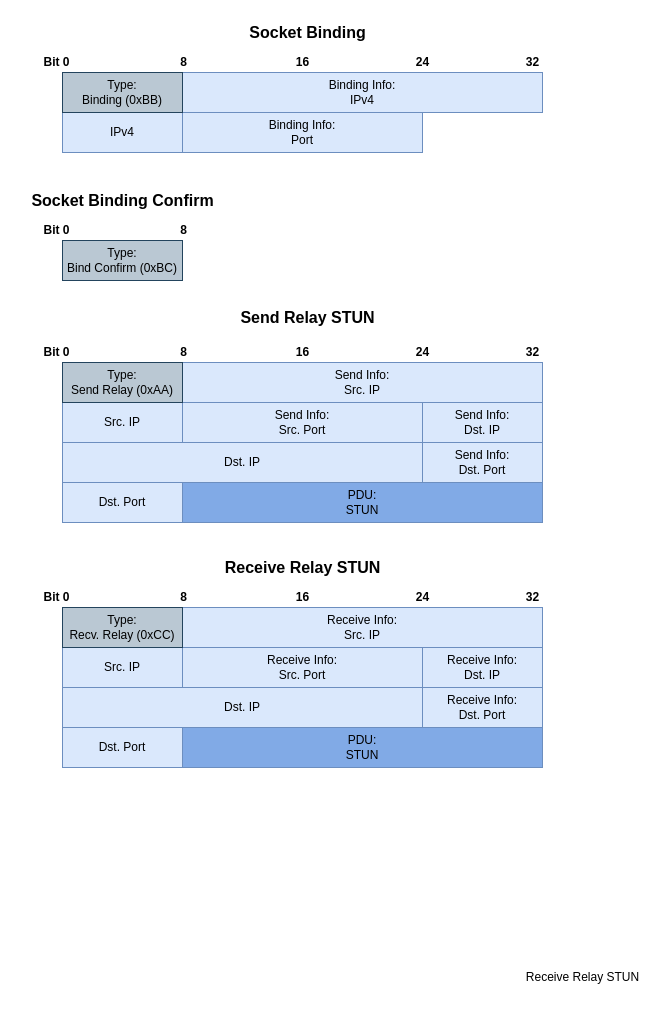
Earlier version of the draw.io diagram resources/ice_packets.drawio (JustusvonderBeek/master-thesis-scripts-and-measures). Source tidied: cells renumbered, new cells numbered last; positions are measured from the earlier drawing's top-left corner, leaving out a move shared by most shapes. Both pictures are drawn from the tidied source at 100%, with x=0, y=0 at pixel (27, 17).
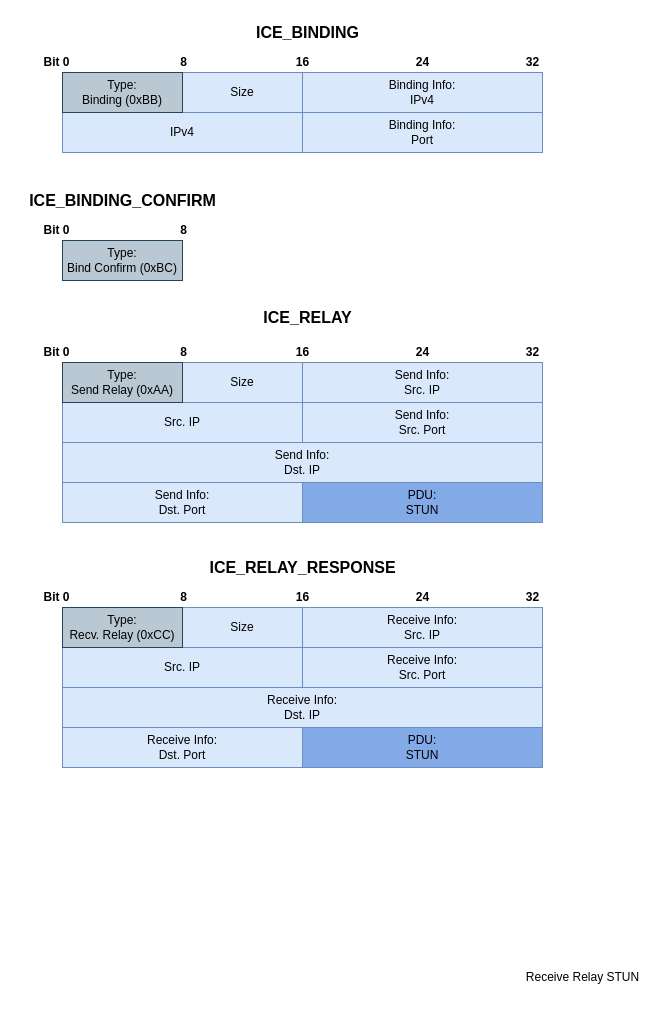
After the change.

Commit message:
headings, size

What changed in the source:
```diff
@@
+    <mxCell id="47" value="Size" style="rounded=0;whiteSpace=wrap;html=1;fillColor=#dae8fc;strokeColor=#6c8ebf;" parent="1" vertex="1">
+      <mxGeometry x="155" y="590" width="120" height="40" as="geometry" />
+    </mxCell>
+    <mxCell id="48" value="Size" style="rounded=0;whiteSpace=wrap;html=1;fillColor=#dae8fc;strokeColor=#6c8ebf;" parent="1" vertex="1">
+      <mxGeometry x="155" y="345" width="120" height="40" as="geometry" />
+    </mxCell>
+    <mxCell id="49" value="Size" style="rounded=0;whiteSpace=wrap;html=1;fillColor=#dae8fc;strokeColor=#6c8ebf;" parent="1" vertex="1">
+      <mxGeometry x="155" y="55" width="120" height="40" as="geometry" />
+    </mxCell>
     <mxCell id="2" value="Binding Info:&lt;div&gt;&lt;/div&gt;&lt;div&gt;IPv4&lt;/div&gt;" style="rounded=0;whiteSpace=wrap;html=1;fillColor=#dae8fc;strokeColor=#6c8ebf;" parent="1" vertex="1">
-      <mxGeometry x="155" y="55" width="360" height="40" as="geometry" />
+      <mxGeometry x="275" y="55" width="240" height="40" as="geometry" />
     </mxCell>
@@
-    <mxCell id="6" value="Socket Binding" style="text;html=1;align=center;verticalAlign=middle;strokeColor=none;fillColor=none;fontStyle=1;fontSize=16;" parent="1" vertex="1">
+    <mxCell id="6" value="ICE_BINDING" style="text;html=1;align=center;verticalAlign=middle;strokeColor=none;fillColor=none;fontStyle=1;fontSize=16;" parent="1" vertex="1">
       <mxGeometry x="215" width="130" height="30" as="geometry" />
     </mxCell>
@@
-    <mxCell id="10" value="Send Relay STUN" style="text;html=1;align=center;verticalAlign=middle;strokeColor=none;fillColor=none;fontStyle=1;fontSize=16;" parent="1" vertex="1">
-      <mxGeometry x="205" y="285" width="150" height="30" as="geometry" />
+    <mxCell id="10" value="ICE_RELAY" style="text;html=1;align=center;verticalAlign=middle;strokeColor=none;fillColor=none;fontStyle=1;fontSize=16;" parent="1" vertex="1">
+      <mxGeometry x="225" y="285" width="110" height="30" as="geometry" />
     </mxCell>
     <mxCell id="11" value="&lt;div&gt;Send Info:&lt;/div&gt;&lt;div&gt;Src. IP&lt;/div&gt;" style="rounded=0;whiteSpace=wrap;html=1;fillColor=#dae8fc;strokeColor=#6c8ebf;" parent="1" vertex="1">
-      <mxGeometry x="155" y="345" width="360" height="40" as="geometry" />
+      <mxGeometry x="275" y="345" width="240" height="40" as="geometry" />
     </mxCell>
     <mxCell id="12" value="&lt;div&gt;Send Info:&lt;/div&gt;&lt;div&gt;Dst. IP&lt;/div&gt;" style="rounded=0;whiteSpace=wrap;html=1;fillColor=#dae8fc;strokeColor=#6c8ebf;" parent="1" vertex="1">
-      <mxGeometry x="395" y="385" width="120" height="40" as="geometry" />
+      <mxGeometry x="35" y="425" width="480" height="40" as="geometry" />
     </mxCell>
@@
     <mxCell id="15" value="PDU:&lt;div&gt;STUN&lt;/div&gt;" style="rounded=0;whiteSpace=wrap;html=1;fillColor=#81AAE6;strokeColor=#6c8ebf;gradientColor=none;" parent="1" vertex="1">
-      <mxGeometry x="155" y="465" width="360" height="40" as="geometry" />
+      <mxGeometry x="275" y="465" width="240" height="40" as="geometry" />
     </mxCell>
@@
     <mxCell id="17" value="IPv4" style="rounded=0;whiteSpace=wrap;html=1;fillColor=#dae8fc;strokeColor=#6c8ebf;" parent="1" vertex="1">
-      <mxGeometry x="35" y="95" width="120" height="40" as="geometry" />
+      <mxGeometry x="35" y="95" width="240" height="40" as="geometry" />
     </mxCell>
     <mxCell id="18" value="&lt;div&gt;Binding Info:&lt;/div&gt;Port" style="rounded=0;whiteSpace=wrap;html=1;fillColor=#dae8fc;strokeColor=#6c8ebf;" parent="1" vertex="1">
-      <mxGeometry x="155" y="95" width="240" height="40" as="geometry" />
+      <mxGeometry x="275" y="95" width="240" height="40" as="geometry" />
     </mxCell>
@@
-    <mxCell id="22" value="Socket Binding Confirm" style="text;html=1;align=center;verticalAlign=middle;strokeColor=none;fillColor=none;fontStyle=1;fontSize=16;" parent="1" vertex="1">
-      <mxGeometry y="168" width="190" height="30" as="geometry" />
+    <mxCell id="22" value="ICE_BINDING_CONFIRM" style="text;html=1;align=center;verticalAlign=middle;strokeColor=none;fillColor=none;fontStyle=1;fontSize=16;" parent="1" vertex="1">
+      <mxGeometry x="-10" y="168" width="210" height="30" as="geometry" />
     </mxCell>
     <mxCell id="23" value="&lt;div&gt;&lt;span style=&quot;background-color: initial;&quot;&gt;Src. IP&lt;/span&gt;&lt;br&gt;&lt;/div&gt;" style="rounded=0;whiteSpace=wrap;html=1;fillColor=#dae8fc;strokeColor=#6c8ebf;" parent="1" vertex="1">
-      <mxGeometry x="35" y="385" width="120" height="40" as="geometry" />
+      <mxGeometry x="35" y="385" width="240" height="40" as="geometry" />
     </mxCell>
     <mxCell id="24" value="Send Info:&lt;br&gt;Src. Port" style="rounded=0;whiteSpace=wrap;html=1;fillColor=#dae8fc;strokeColor=#6c8ebf;" parent="1" vertex="1">
-      <mxGeometry x="155" y="385" width="240" height="40" as="geometry" />
+      <mxGeometry x="275" y="385" width="240" height="40" as="geometry" />
     </mxCell>
-    <mxCell id="25" value="&lt;div&gt;&lt;span style=&quot;background-color: initial;&quot;&gt;Dst. IP&lt;/span&gt;&lt;br&gt;&lt;/div&gt;" style="rounded=0;whiteSpace=wrap;html=1;fillColor=#dae8fc;strokeColor=#6c8ebf;" parent="1" vertex="1">
-      <mxGeometry x="35" y="425" width="360" height="40" as="geometry" />
-    </mxCell>
     <mxCell id="26" value="&lt;div&gt;Send Info:&lt;/div&gt;&lt;div&gt;Dst. Port&lt;/div&gt;" style="rounded=0;whiteSpace=wrap;html=1;fillColor=#dae8fc;strokeColor=#6c8ebf;" parent="1" vertex="1">
-      <mxGeometry x="395" y="425" width="120" height="40" as="geometry" />
+      <mxGeometry x="35" y="465" width="240" height="40" as="geometry" />
     </mxCell>
-    <mxCell id="27" value="&lt;div&gt;&lt;span style=&quot;background-color: initial;&quot;&gt;Dst. Port&lt;/span&gt;&lt;br&gt;&lt;/div&gt;" style="rounded=0;whiteSpace=wrap;html=1;fillColor=#dae8fc;strokeColor=#6c8ebf;" parent="1" vertex="1">
-      <mxGeometry x="35" y="465" width="120" height="40" as="geometry" />
-    </mxCell>
@@
-    <mxCell id="32" value="Receive Relay STUN" style="text;html=1;align=center;verticalAlign=middle;strokeColor=none;fillColor=none;fontStyle=1;fontSize=16;" parent="1" vertex="1">
-      <mxGeometry x="190" y="535" width="170" height="30" as="geometry" />
+    <mxCell id="32" value="ICE_RELAY_RESPONSE" style="text;html=1;align=center;verticalAlign=middle;strokeColor=none;fillColor=none;fontStyle=1;fontSize=16;" parent="1" vertex="1">
+      <mxGeometry x="170" y="535" width="210" height="30" as="geometry" />
     </mxCell>
     <mxCell id="33" value="&lt;div&gt;Receive Info:&lt;/div&gt;&lt;div&gt;Src. IP&lt;/div&gt;" style="rounded=0;whiteSpace=wrap;html=1;fillColor=#dae8fc;strokeColor=#6c8ebf;" parent="1" vertex="1">
-      <mxGeometry x="155" y="590" width="360" height="40" as="geometry" />
+      <mxGeometry x="275" y="590" width="240" height="40" as="geometry" />
     </mxCell>
     <mxCell id="34" value="&lt;div&gt;Receive Info:&lt;/div&gt;&lt;div&gt;Dst. IP&lt;/div&gt;" style="rounded=0;whiteSpace=wrap;html=1;fillColor=#dae8fc;strokeColor=#6c8ebf;" parent="1" vertex="1">
-      <mxGeometry x="395" y="630" width="120" height="40" as="geometry" />
+      <mxGeometry x="35" y="670" width="480" height="40" as="geometry" />
     </mxCell>
@@
     <mxCell id="37" value="PDU:&lt;div&gt;STUN&lt;/div&gt;" style="rounded=0;whiteSpace=wrap;html=1;fillColor=#81AAE6;strokeColor=#6c8ebf;" parent="1" vertex="1">
-      <mxGeometry x="155" y="710" width="360" height="40" as="geometry" />
+      <mxGeometry x="275" y="710" width="240" height="40" as="geometry" />
     </mxCell>
     <mxCell id="38" value="&lt;div&gt;&lt;span style=&quot;background-color: initial;&quot;&gt;Src. IP&lt;/span&gt;&lt;br&gt;&lt;/div&gt;" style="rounded=0;whiteSpace=wrap;html=1;fillColor=#dae8fc;strokeColor=#6c8ebf;" parent="1" vertex="1">
-      <mxGeometry x="35" y="630" width="120" height="40" as="geometry" />
+      <mxGeometry x="35" y="630" width="240" height="40" as="geometry" />
     </mxCell>
     <mxCell id="39" value="Receive Info:&lt;br&gt;Src. Port" style="rounded=0;whiteSpace=wrap;html=1;fillColor=#dae8fc;strokeColor=#6c8ebf;" parent="1" vertex="1">
-      <mxGeometry x="155" y="630" width="240" height="40" as="geometry" />
+      <mxGeometry x="275" y="630" width="240" height="40" as="geometry" />
     </mxCell>
-    <mxCell id="40" value="&lt;div&gt;&lt;span style=&quot;background-color: initial;&quot;&gt;Dst. IP&lt;/span&gt;&lt;br&gt;&lt;/div&gt;" style="rounded=0;whiteSpace=wrap;html=1;fillColor=#dae8fc;strokeColor=#6c8ebf;" parent="1" vertex="1">
-      <mxGeometry x="35" y="670" width="360" height="40" as="geometry" />
-    </mxCell>
     <mxCell id="41" value="&lt;div&gt;Receive Info:&lt;/div&gt;&lt;div&gt;Dst. Port&lt;/div&gt;" style="rounded=0;whiteSpace=wrap;html=1;fillColor=#dae8fc;strokeColor=#6c8ebf;" parent="1" vertex="1">
-      <mxGeometry x="395" y="670" width="120" height="40" as="geometry" />
+      <mxGeometry x="35" y="710" width="240" height="40" as="geometry" />
     </mxCell>
-    <mxCell id="42" value="&lt;div&gt;&lt;span style=&quot;background-color: initial;&quot;&gt;Dst. Port&lt;/span&gt;&lt;br&gt;&lt;/div&gt;" style="rounded=0;whiteSpace=wrap;html=1;fillColor=#dae8fc;strokeColor=#6c8ebf;" parent="1" vertex="1">
-      <mxGeometry x="35" y="710" width="120" height="40" as="geometry" />
-    </mxCell>
```
